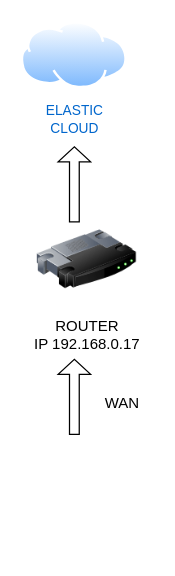
This is BlueTeam/Diagrama sin título.drawio from Jordan06-Di/Practicas-KeepCoding, a draw.io file, before an edit. Source tidied: cells renumbered, new cells numbered last; positions are measured from the earlier drawing's top-left corner, leaving out a move shared by most shapes. Both pictures are drawn from the tidied source at 125%, with x=0, y=0 at pixel (21, 21).
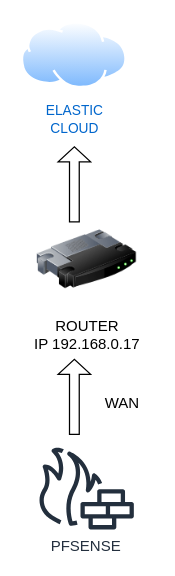
The same diagram, later.

Change to the diagram source:
```diff
@@
 <mxGraphModel>
   <root>
     <mxCell id="0" />
     <mxCell id="1" parent="0" />
     <mxCell id="2" style="shape=singleArrow;direction=north;whiteSpace=wrap;html=1;" parent="1" vertex="1">
       <mxGeometry x="29" y="100" width="26" height="60" as="geometry" />
     </mxCell>
     <mxCell id="3" value="&lt;font style=&quot;color: rgb(0, 102, 204); font-size: 11px;&quot;&gt;ELASTIC&lt;/font&gt;&lt;div&gt;&lt;font style=&quot;color: rgb(0, 102, 204); font-size: 11px;&quot;&gt;CLOUD&lt;/font&gt;&lt;/div&gt;" style="image;perimeter=ellipsePerimeter;html=1;align=center;shadow=0;dashed=0;spacingTop=3;image=img/lib/active_directory/internet_cloud.svg;" parent="1" vertex="1">
       <mxGeometry x="-0.5" width="85" height="53.5" as="geometry" />
     </mxCell>
     <mxCell id="4" value="ROUTER&lt;div&gt;IP 192.168.0.17&lt;/div&gt;" style="image;html=1;image=img/lib/clip_art/networking/Router_128x128.png;" parent="1" vertex="1">
       <mxGeometry x="12" y="150" width="80" height="80" as="geometry" />
     </mxCell>
     <mxCell id="5" value="&amp;nbsp; &amp;nbsp; &amp;nbsp; &amp;nbsp; &amp;nbsp; &amp;nbsp; &amp;nbsp; &amp;nbsp;&amp;nbsp;" style="shape=singleArrow;direction=north;whiteSpace=wrap;html=1;" parent="1" vertex="1">
       <mxGeometry x="29" y="270" width="26" height="60" as="geometry" />
     </mxCell>
     <mxCell id="6" value="WAN" style="text;html=1;align=center;verticalAlign=middle;strokeColor=none;fillColor=none;" parent="1" vertex="1">
       <mxGeometry x="55" y="290" width="50" height="30" as="geometry" />
     </mxCell>
+    <mxCell id="7" value="PFSENSE" style="sketch=0;fontColor=#232F3E;gradientColor=none;fillColor=#232F3D;strokeColor=none;dashed=0;verticalLabelPosition=bottom;verticalAlign=top;align=center;html=1;fontSize=12;fontStyle=0;shape=mxgraph.aws4.generic_firewall;" parent="1" vertex="1">
+      <mxGeometry x="12" y="340" width="78" height="66" as="geometry" />
+    </mxCell>
   </root>
 </mxGraphModel>
```
